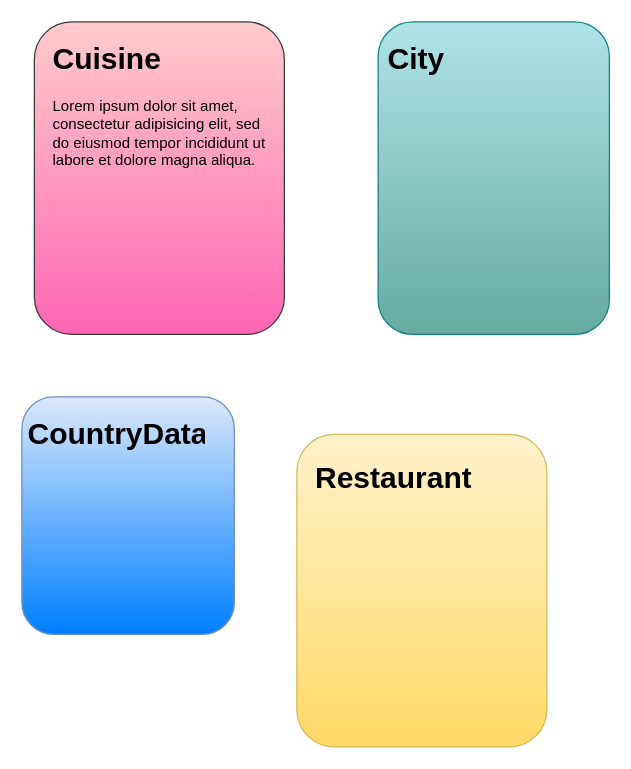
This is UML Diagram.drawio from amyo29/Cultured-Foodies, a draw.io file, before an edit. Source tidied: cells renumbered, new cells numbered last; positions are measured from the earlier drawing's top-left corner, leaving out a move shared by most shapes. Both pictures are drawn from the tidied source at 125%, with x=0, y=0 at pixel (21, 21).
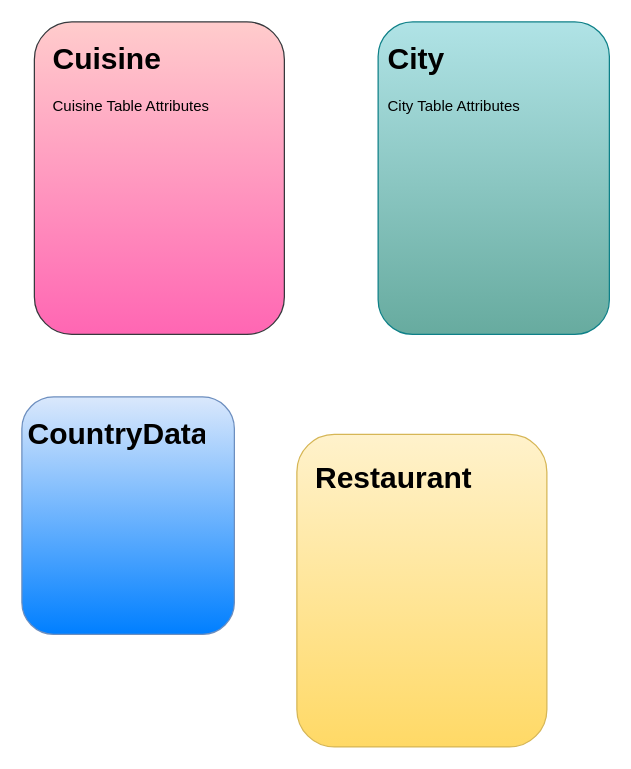
After the change.

Change to the diagram source:
```diff
@@
 <mxGraphModel>
   <root>
     <mxCell id="0" />
     <mxCell id="1" parent="0" />
     <mxCell id="2" style="rounded=1;whiteSpace=wrap;html=1;fillColor=#ffcccc;strokeColor=#36393d;gradientColor=#FF66B3;" parent="1" vertex="1">
       <mxGeometry x="10" width="200" height="250" as="geometry" />
     </mxCell>
     <mxCell id="3" style="rounded=1;whiteSpace=wrap;html=1;fillColor=#b0e3e6;strokeColor=#0e8088;gradientColor=#67AB9F;" parent="1" vertex="1">
       <mxGeometry x="285" width="185" height="250" as="geometry" />
     </mxCell>
     <mxCell id="4" style="rounded=1;whiteSpace=wrap;html=1;fillColor=#fff2cc;strokeColor=#d6b656;gradientColor=#ffd966;" parent="1" vertex="1">
       <mxGeometry x="220" y="330" width="200" height="250" as="geometry" />
     </mxCell>
     <mxCell id="5" style="rounded=1;whiteSpace=wrap;html=1;fillColor=#dae8fc;strokeColor=#6c8ebf;gradientColor=#007FFF;" parent="1" vertex="1">
       <mxGeometry y="300" width="170" height="190" as="geometry" />
     </mxCell>
-    <mxCell id="6" value="&lt;h1&gt;Cuisine&lt;/h1&gt;&lt;p&gt;Lorem ipsum dolor sit amet, consectetur adipisicing elit, sed do eiusmod tempor incididunt ut labore et dolore magna aliqua.&lt;/p&gt;" style="text;html=1;strokeColor=none;fillColor=none;spacing=5;spacingTop=-20;whiteSpace=wrap;overflow=hidden;rounded=0;" parent="1" vertex="1">
+    <mxCell id="6" value="&lt;h1&gt;Cuisine&lt;/h1&gt;&lt;p&gt;Cuisine Table Attributes&lt;/p&gt;" style="text;html=1;strokeColor=none;fillColor=none;spacing=5;spacingTop=-20;whiteSpace=wrap;overflow=hidden;rounded=0;" parent="1" vertex="1">
       <mxGeometry x="20" y="10" width="180" height="220" as="geometry" />
     </mxCell>
-    <mxCell id="7" value="&lt;h1&gt;City&lt;/h1&gt;" style="text;html=1;strokeColor=none;fillColor=none;spacing=5;spacingTop=-20;whiteSpace=wrap;overflow=hidden;rounded=0;" parent="1" vertex="1">
+    <mxCell id="7" value="&lt;h1&gt;City&lt;/h1&gt;&lt;div&gt;City Table Attributes&lt;/div&gt;" style="text;html=1;strokeColor=none;fillColor=none;spacing=5;spacingTop=-20;whiteSpace=wrap;overflow=hidden;rounded=0;" parent="1" vertex="1">
       <mxGeometry x="287.5" y="10" width="180" height="220" as="geometry" />
     </mxCell>
     <mxCell id="8" value="&lt;h1&gt;Restaurant&lt;/h1&gt;" style="text;html=1;strokeColor=none;fillColor=none;spacing=5;spacingTop=-20;whiteSpace=wrap;overflow=hidden;rounded=0;" parent="1" vertex="1">
       <mxGeometry x="230" y="345" width="180" height="220" as="geometry" />
     </mxCell>
     <mxCell id="9" value="&lt;h1&gt;CountryData&lt;/h1&gt;" style="text;html=1;strokeColor=none;fillColor=none;spacing=5;spacingTop=-20;whiteSpace=wrap;overflow=hidden;rounded=0;" parent="1" vertex="1">
       <mxGeometry y="310" width="150" height="170" as="geometry" />
     </mxCell>
   </root>
 </mxGraphModel>
```
